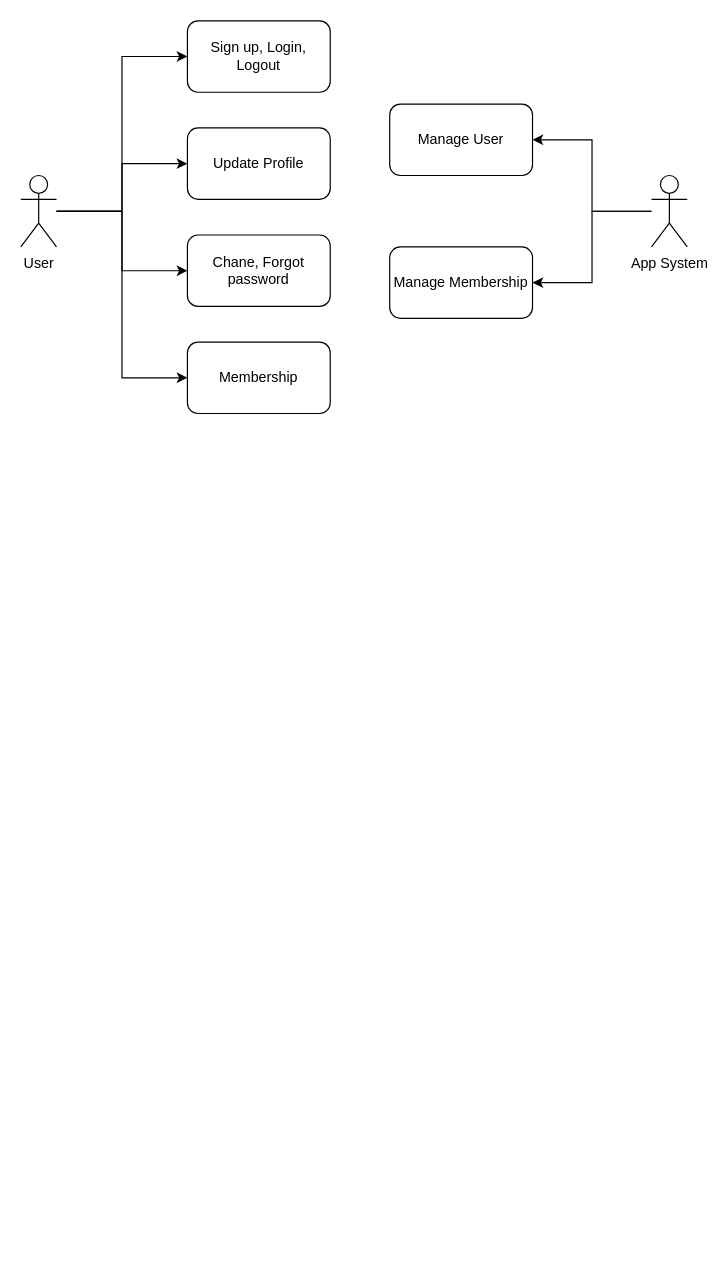
Before: UserCase.drawio in ngnhonk/BeautyMatch, a draw.io diagram. Source tidied: cells renumbered, new cells numbered last; positions are measured from the earlier drawing's top-left corner, leaving out a move shared by most shapes. Both pictures are drawn from the tidied source at 119%, with x=0, y=0 at pixel (20, 20).
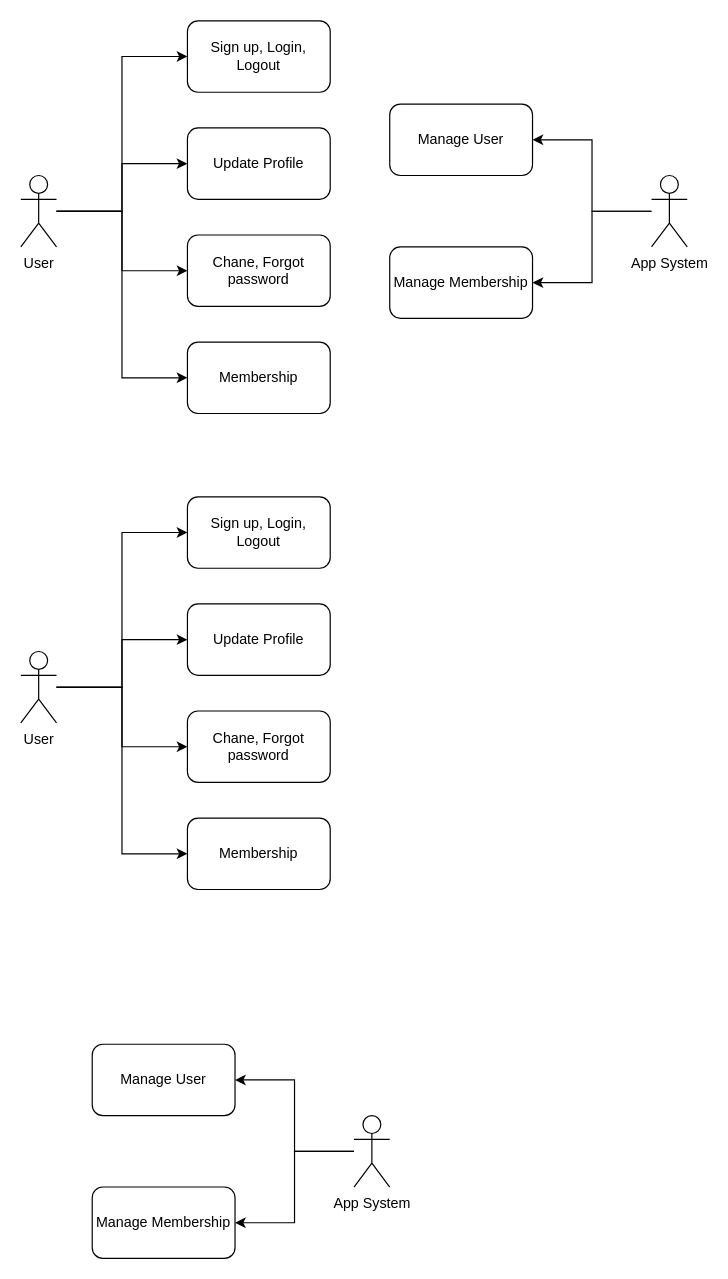
Above is the later version.

What changed in the source:
```diff
@@
+    <mxCell id="16" style="edgeStyle=orthogonalEdgeStyle;rounded=0;jettySize=auto;html=1;entryX=0;entryY=0.5;entryDx=0;entryDy=0;" parent="1" edge="1" source="20" target="22">
+      <mxGeometry relative="1" as="geometry" />
+    </mxCell>
+    <mxCell id="17" style="edgeStyle=orthogonalEdgeStyle;rounded=0;jettySize=auto;html=1;entryX=0;entryY=0.5;entryDx=0;entryDy=0;" parent="1" edge="1" source="20" target="24">
+      <mxGeometry relative="1" as="geometry" />
+    </mxCell>
+    <mxCell id="18" style="edgeStyle=orthogonalEdgeStyle;rounded=0;jettySize=auto;html=1;entryX=0;entryY=0.5;entryDx=0;entryDy=0;" parent="1" edge="1" source="20" target="23">
+      <mxGeometry relative="1" as="geometry" />
+    </mxCell>
+    <mxCell id="19" style="edgeStyle=orthogonalEdgeStyle;rounded=0;jettySize=auto;html=1;entryX=0;entryY=0.5;entryDx=0;entryDy=0;" parent="1" edge="1" source="20" target="21">
+      <mxGeometry relative="1" as="geometry" />
+    </mxCell>
+    <mxCell id="20" value="User" style="shape=umlActor;verticalLabelPosition=bottom;verticalAlign=top;html=1;outlineConnect=0;" parent="1" vertex="1">
+      <mxGeometry y="530" width="30" height="60" as="geometry" />
+    </mxCell>
+    <mxCell id="21" value="Membership" style="rounded=1;whiteSpace=wrap;html=1;" parent="1" vertex="1">
+      <mxGeometry x="140" y="670" width="120" height="60" as="geometry" />
+    </mxCell>
+    <mxCell id="22" value="Update Profile" style="rounded=1;whiteSpace=wrap;html=1;" parent="1" vertex="1">
+      <mxGeometry x="140" y="490" width="120" height="60" as="geometry" />
+    </mxCell>
+    <mxCell id="23" value="Chane, Forgot password" style="rounded=1;whiteSpace=wrap;html=1;" parent="1" vertex="1">
+      <mxGeometry x="140" y="580" width="120" height="60" as="geometry" />
+    </mxCell>
+    <mxCell id="24" value="Sign up, Login, Logout" style="rounded=1;whiteSpace=wrap;html=1;" parent="1" vertex="1">
+      <mxGeometry x="140" y="400" width="120" height="60" as="geometry" />
+    </mxCell>
+    <mxCell id="25" style="edgeStyle=orthogonalEdgeStyle;rounded=0;jettySize=auto;html=1;entryX=1;entryY=0.5;entryDx=0;entryDy=0;" parent="1" edge="1" source="27" target="28">
+      <mxGeometry relative="1" as="geometry" />
+    </mxCell>
+    <mxCell id="26" style="edgeStyle=orthogonalEdgeStyle;rounded=0;jettySize=auto;html=1;entryX=1;entryY=0.5;entryDx=0;entryDy=0;" parent="1" edge="1" source="27" target="29">
+      <mxGeometry relative="1" as="geometry" />
+    </mxCell>
+    <mxCell id="27" value="App System" style="shape=umlActor;verticalLabelPosition=bottom;verticalAlign=top;html=1;outlineConnect=0;" parent="1" vertex="1">
+      <mxGeometry x="280" y="920" width="30" height="60" as="geometry" />
+    </mxCell>
+    <mxCell id="28" value="Manage User" style="rounded=1;whiteSpace=wrap;html=1;" parent="1" vertex="1">
+      <mxGeometry x="60" y="860" width="120" height="60" as="geometry" />
+    </mxCell>
+    <mxCell id="29" value="Manage Membership" style="rounded=1;whiteSpace=wrap;html=1;" parent="1" vertex="1">
+      <mxGeometry x="60" y="980" width="120" height="60" as="geometry" />
+    </mxCell>
```
